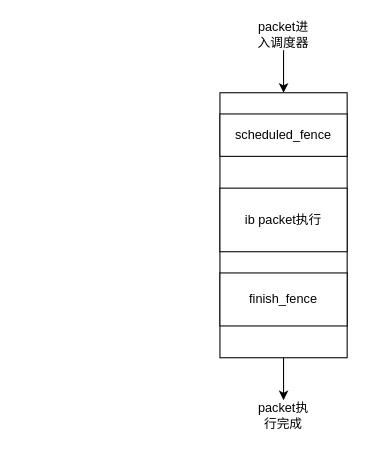
This is gpu_scheduler_fence.drawio from denglin12315/drawio_repo, a draw.io file, before an edit. Source tidied: cells renumbered, new cells numbered last; positions are measured from the earlier drawing's top-left corner, leaving out a move shared by most shapes. Both pictures are drawn from the tidied source at 106%, with x=0, y=0 at pixel (219, 18).
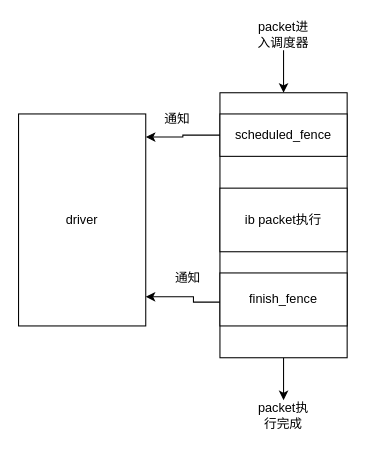
After the change.

The edit, as a diff of the source:
```diff
@@
 <mxGraphModel>
   <root>
     <mxCell id="0" />
     <mxCell id="1" parent="0" />
     <mxCell id="2" style="edgeStyle=orthogonalEdgeStyle;rounded=0;jettySize=auto;html=1;exitX=0.5;exitY=1;exitDx=0;exitDy=0;entryX=0.5;entryY=0;entryDx=0;entryDy=0;" parent="1" edge="1" source="3" target="9">
       <mxGeometry relative="1" as="geometry" />
     </mxCell>
     <mxCell id="3" style="rounded=0;whiteSpace=wrap;html=1;" parent="1" vertex="1">
       <mxGeometry y="70" width="120" height="250" as="geometry" />
     </mxCell>
     <mxCell id="4" value="scheduled_fence" style="rounded=0;whiteSpace=wrap;html=1;" parent="1" vertex="1">
       <mxGeometry y="90" width="120" height="40" as="geometry" />
     </mxCell>
+    <mxCell id="10" style="edgeStyle=orthogonalEdgeStyle;rounded=0;orthogonalLoop=1;jettySize=auto;html=1;exitX=0;exitY=0.5;exitDx=0;exitDy=0;" parent="1" edge="1">
+      <mxGeometry relative="1" as="geometry">
+        <mxPoint y="267.5" as="sourcePoint" />
+        <mxPoint x="-70" y="262.5" as="targetPoint" />
+        <Array as="points">
+          <mxPoint x="-25" y="268" />
+          <mxPoint x="-25" y="262" />
+        </Array>
+      </mxGeometry>
+    </mxCell>
     <mxCell id="5" value="finish_fence" style="rounded=0;whiteSpace=wrap;html=1;" parent="1" vertex="1">
       <mxGeometry y="240" width="120" height="50" as="geometry" />
     </mxCell>
     <mxCell id="6" value="ib packet执行" style="rounded=0;whiteSpace=wrap;html=1;" parent="1" vertex="1">
       <mxGeometry y="160" width="120" height="60" as="geometry" />
     </mxCell>
     <mxCell id="7" style="endArrow=classic;html=1;rounded=0;entryX=0.5;entryY=0;entryDx=0;entryDy=0;" parent="1" edge="1" target="3">
       <mxGeometry relative="1" as="geometry">
         <mxPoint x="60" y="30" as="sourcePoint" />
       </mxGeometry>
     </mxCell>
     <mxCell id="8" value="packet进入调度器" style="text;html=1;align=center;verticalAlign=middle;whiteSpace=wrap;rounded=0;" parent="1" vertex="1">
       <mxGeometry x="30" width="60" height="30" as="geometry" />
     </mxCell>
     <mxCell id="9" value="packet执行完成" style="text;html=1;align=center;verticalAlign=middle;whiteSpace=wrap;rounded=0;" parent="1" vertex="1">
       <mxGeometry x="30" y="360" width="60" height="30" as="geometry" />
     </mxCell>
+    <mxCell id="11" value="driver" style="rounded=0;whiteSpace=wrap;html=1;" parent="1" vertex="1">
+      <mxGeometry x="-190" y="90" width="120" height="200" as="geometry" />
+    </mxCell>
+    <mxCell id="12" style="edgeStyle=orthogonalEdgeStyle;rounded=0;jettySize=auto;html=1;exitX=0;exitY=0.5;exitDx=0;exitDy=0;entryX=1.001;entryY=0.109;entryDx=0;entryDy=0;entryPerimeter=0;" parent="1" edge="1" source="4" target="11">
+      <mxGeometry relative="1" as="geometry" />
+    </mxCell>
+    <mxCell id="13" value="通知" style="text;html=1;align=center;verticalAlign=middle;whiteSpace=wrap;rounded=0;" parent="1" vertex="1">
+      <mxGeometry x="-70" y="80" width="60" height="30" as="geometry" />
+    </mxCell>
+    <mxCell id="14" value="通知" style="text;html=1;align=center;verticalAlign=middle;whiteSpace=wrap;rounded=0;" parent="1" vertex="1">
+      <mxGeometry x="-60" y="230" width="60" height="30" as="geometry" />
+    </mxCell>
   </root>
 </mxGraphModel>
```
